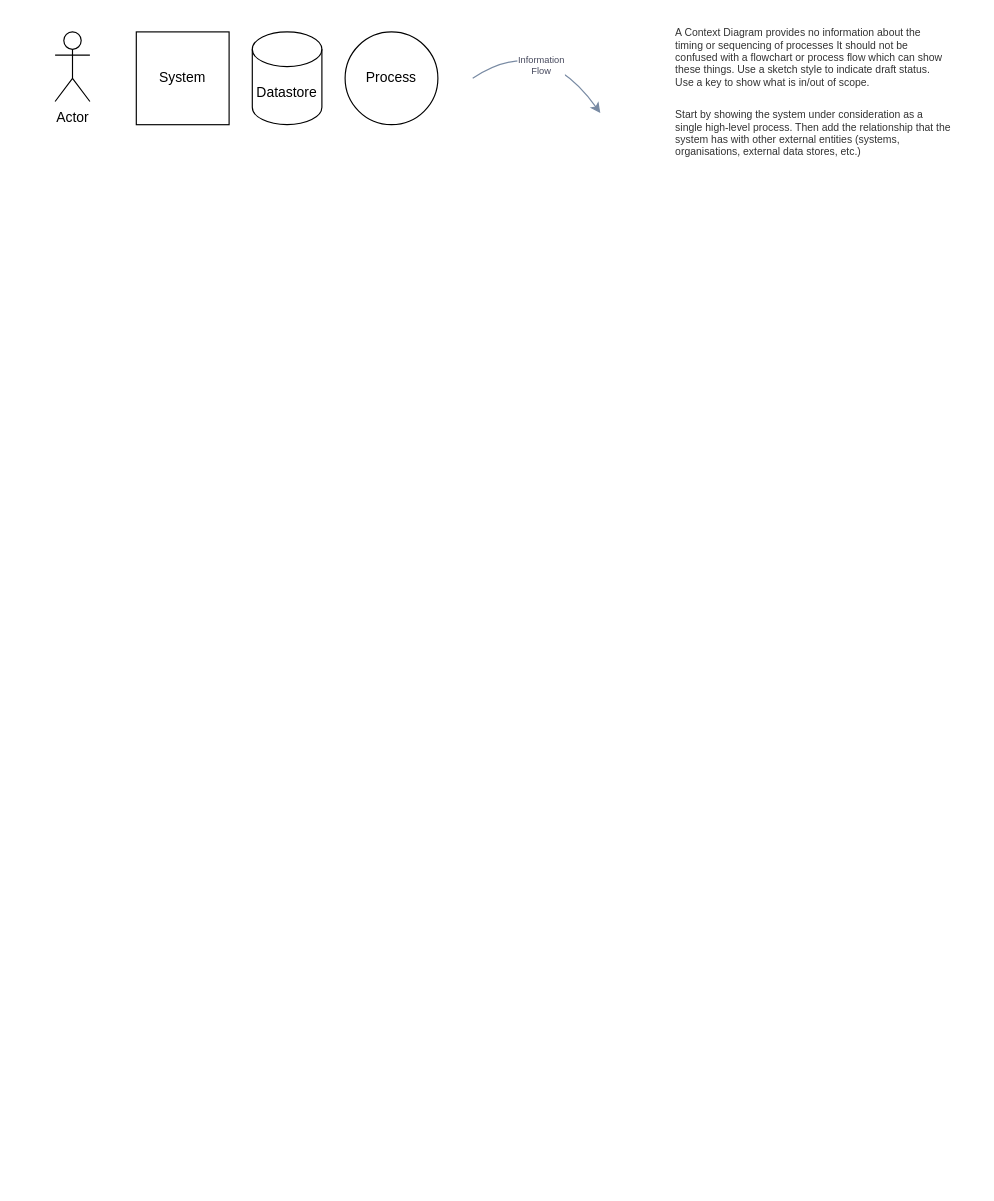
Before: page "Context Diagram" (1 of 2) of Sample Architecture Viewponts.drawio in martinlt/reference, a draw.io diagram. Source tidied: cells renumbered, new cells numbered last; positions are measured from the earlier drawing's top-left corner, leaving out a move shared by most shapes. Both pictures are drawn from the tidied source at 116%, with x=0, y=0 at pixel (55, 31).
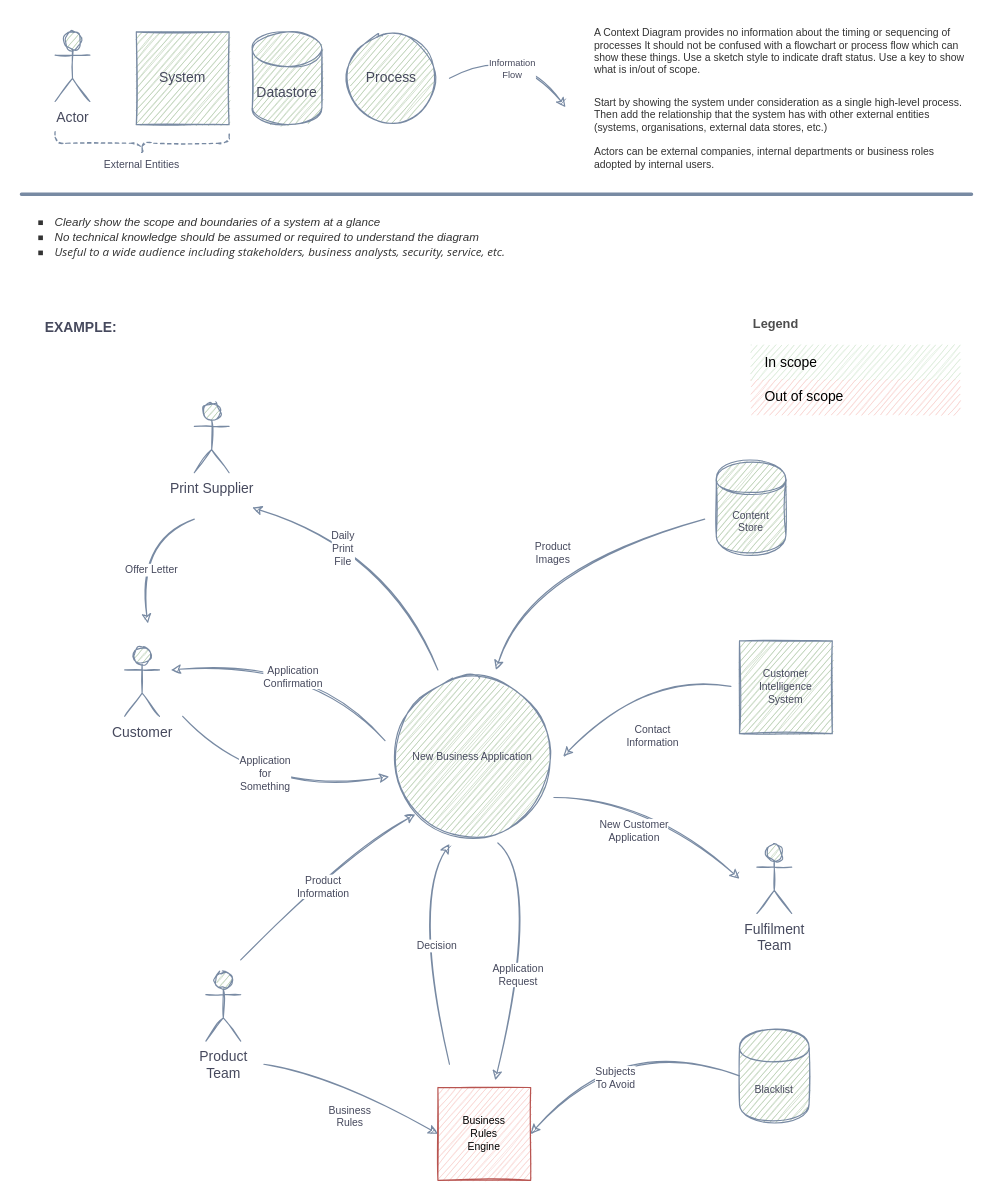
The same diagram, later.

The edit, as a diff of the source:
```diff
@@
-    <mxCell id="2" value="Actor" style="shape=umlActor;verticalLabelPosition=bottom;verticalAlign=top;html=1;rounded=0;" parent="1" vertex="1">
+    <mxCell id="2" value="Actor" style="shape=umlActor;verticalLabelPosition=bottom;verticalAlign=top;html=1;rounded=0;sketch=1;fillColor=#B2C9AB;strokeColor=#788AA3;fontColor=#46495D;" parent="1" vertex="1">
       <mxGeometry width="30" height="60" as="geometry" />
     </mxCell>
-    <mxCell id="3" value="System" style="whiteSpace=wrap;html=1;" parent="1" vertex="1">
+    <mxCell id="3" value="System" style="whiteSpace=wrap;html=1;sketch=1;fillColor=#B2C9AB;strokeColor=#788AA3;fontColor=#46495D;" parent="1" vertex="1">
       <mxGeometry x="70" width="80" height="80" as="geometry" />
     </mxCell>
-    <mxCell id="4" value="Datastore" style="shape=cylinder3;whiteSpace=wrap;html=1;boundedLbl=1;backgroundOutline=1;size=15;rounded=0;" parent="1" vertex="1">
+    <mxCell id="4" value="Datastore" style="shape=cylinder3;whiteSpace=wrap;html=1;boundedLbl=1;backgroundOutline=1;size=15;rounded=0;sketch=1;fillColor=#B2C9AB;strokeColor=#788AA3;fontColor=#46495D;" parent="1" vertex="1">
       <mxGeometry x="170" width="60" height="80" as="geometry" />
     </mxCell>
-    <mxCell id="5" value="Process" style="ellipse;whiteSpace=wrap;html=1;rounded=0;" parent="1" vertex="1">
+    <mxCell id="5" value="Process" style="ellipse;whiteSpace=wrap;html=1;rounded=0;sketch=1;fillColor=#B2C9AB;strokeColor=#788AA3;fontColor=#46495D;" parent="1" vertex="1">
       <mxGeometry x="250" width="80" height="80" as="geometry" />
     </mxCell>
-    <mxCell id="6" value="&lt;h1 style=&quot;font-size: 9px&quot;&gt;&lt;span style=&quot;background-color: rgb(255 , 255 , 255) ; color: rgb(51 , 51 , 51) ; font-family: &amp;#34;arial&amp;#34; ; font-weight: normal&quot;&gt;A Context Diagram provides no information about the timing or sequencing of processes It should not be confused with a flowchart or process flow which can show these things. Use a sketch style to indicate draft status. Use a key to show what is in/out of scope.&amp;nbsp;&lt;/span&gt;&lt;br&gt;&lt;/h1&gt;&lt;span style=&quot;color: rgb(51 , 51 , 51) ; font-family: &amp;#34;arial&amp;#34; ; font-size: 9px ; background-color: rgb(255 , 255 , 255)&quot;&gt;&lt;br&gt;Start by showing the system under consideration as a single high-level process. Then add the relationship that the system has with other external entities (systems, organisations, external data stores, etc.)&lt;/span&gt;" style="text;html=1;strokeColor=none;fillColor=none;spacing=5;spacingTop=-20;whiteSpace=wrap;overflow=hidden;rounded=0;fontColor=#46495D;fontSize=9;" parent="1" vertex="1">
-      <mxGeometry x="530" width="246" height="110" as="geometry" />
+    <mxCell id="6" value="&lt;h1 style=&quot;font-size: 9px&quot;&gt;&lt;span style=&quot;background-color: rgb(255 , 255 , 255) ; color: rgb(51 , 51 , 51) ; font-family: &amp;#34;arial&amp;#34; ; font-weight: normal&quot;&gt;A Context Diagram provides no information about the timing or sequencing of processes It should not be confused with a flowchart or process flow which can show these things. Use a sketch style to indicate draft status. Use a key to show what is in/out of scope.&amp;nbsp;&lt;/span&gt;&lt;br&gt;&lt;/h1&gt;&lt;span style=&quot;color: rgb(51 , 51 , 51) ; font-family: &amp;#34;arial&amp;#34; ; font-size: 9px ; background-color: rgb(255 , 255 , 255)&quot;&gt;&lt;br&gt;Start by showing the system under consideration as a single high-level process. Then add the relationship that the system has with other external entities (systems, organisations, external data stores, etc.)&lt;br&gt;&lt;br&gt;Actors can be external companies, internal departments or business roles adopted by internal users.&lt;br&gt;&lt;/span&gt;" style="text;html=1;strokeColor=none;fillColor=none;spacing=5;spacingTop=-20;whiteSpace=wrap;overflow=hidden;rounded=0;fontColor=#46495D;fontSize=9;sketch=1;" parent="1" vertex="1">
+      <mxGeometry x="460" width="330" height="120" as="geometry" />
     </mxCell>
-    <mxCell id="7" value="Information&lt;br&gt;Flow" style="curved=1;endArrow=classic;html=1;rounded=0;exitX=1;exitY=0.5;exitDx=0;exitDy=0;strokeColor=#788AA3;fontColor=#46495D;fontSize=8;" parent="1" edge="1">
+    <mxCell id="7" value="Information&lt;br&gt;Flow" style="curved=1;endArrow=classic;html=1;rounded=0;strokeColor=#788AA3;fontColor=#46495D;fontSize=8;sketch=1;" parent="1" edge="1">
       <mxGeometry x="0.22" y="-17" relative="1" as="geometry">
-        <mxPoint x="360" y="40" as="sourcePoint" />
-        <mxPoint x="470" y="70" as="targetPoint" />
+        <mxPoint x="340" y="40" as="sourcePoint" />
+        <mxPoint x="440" y="65" as="targetPoint" />
         <Array as="points">
-          <mxPoint x="420" />
+          <mxPoint x="400" y="10" />
         </Array>
         <mxPoint x="-1" as="offset" />
       </mxGeometry>
     </mxCell>
+    <mxCell id="8" style="endArrow=none;html=1;rounded=0;fontSize=9;strokeWidth=3;sketch=1;strokeColor=#788AA3;fontColor=#46495D;" parent="1" edge="1">
+      <mxGeometry relative="1" as="geometry">
+        <mxPoint x="-29" y="140" as="sourcePoint" />
+        <mxPoint x="790" y="140" as="targetPoint" />
+      </mxGeometry>
+    </mxCell>
+    <mxCell id="9" value="New Business Application" style="ellipse;whiteSpace=wrap;html=1;rounded=0;fontSize=9;sketch=1;fillColor=#B2C9AB;strokeColor=#788AA3;fontColor=#46495D;" parent="1" vertex="1">
+      <mxGeometry x="290" y="555" width="140" height="140" as="geometry" />
+    </mxCell>
+    <mxCell id="10" value="Print Supplier" style="shape=umlActor;verticalLabelPosition=bottom;verticalAlign=top;html=1;rounded=0;sketch=1;fillColor=#B2C9AB;strokeColor=#788AA3;fontColor=#46495D;" parent="1" vertex="1">
+      <mxGeometry x="120" y="320" width="30" height="60" as="geometry" />
+    </mxCell>
+    <mxCell id="11" value="Customer" style="shape=umlActor;verticalLabelPosition=bottom;verticalAlign=top;html=1;rounded=0;sketch=1;fillColor=#B2C9AB;strokeColor=#788AA3;fontColor=#46495D;" parent="1" vertex="1">
+      <mxGeometry x="60" y="530" width="30" height="60" as="geometry" />
+    </mxCell>
+    <mxCell id="12" value="Content&lt;br&gt;Store" style="shape=cylinder;whiteSpace=wrap;html=1;boundedLbl=1;backgroundOutline=1;rounded=0;fontSize=9;sketch=1;fillColor=#B2C9AB;strokeColor=#788AA3;fontColor=#46495D;" parent="1" vertex="1">
+      <mxGeometry x="570" y="370" width="60" height="80" as="geometry" />
+    </mxCell>
+    <mxCell id="13" value="Customer&lt;br&gt;Intelligence&lt;br&gt;System" style="whiteSpace=wrap;html=1;rounded=0;fontSize=9;sketch=1;fillColor=#B2C9AB;strokeColor=#788AA3;fontColor=#46495D;" parent="1" vertex="1">
+      <mxGeometry x="590" y="525" width="80" height="80" as="geometry" />
+    </mxCell>
+    <mxCell id="14" style="shape=curlyBracket;whiteSpace=wrap;html=1;rounded=1;fontSize=9;direction=north;dashed=1;sketch=1;fillColor=#B2C9AB;strokeColor=#788AA3;fontColor=#46495D;" parent="1" vertex="1">
+      <mxGeometry y="86" width="150" height="20" as="geometry" />
+    </mxCell>
+    <mxCell id="15" value="External Entities" style="text;html=1;strokeColor=none;fillColor=none;align=center;verticalAlign=middle;whiteSpace=wrap;rounded=0;fontSize=9;sketch=1;fontColor=#46495D;" parent="1" vertex="1">
+      <mxGeometry x="35" y="100" width="80" height="30" as="geometry" />
+    </mxCell>
+    <mxCell id="16" style="endArrow=classic;html=1;fontSize=9;strokeWidth=1;curved=1;sketch=1;strokeColor=#788AA3;fontColor=#46495D;" parent="1" edge="1">
+      <mxGeometry relative="1" as="geometry">
+        <mxPoint x="330" y="550" as="sourcePoint" />
+        <mxPoint x="170" y="410" as="targetPoint" />
+        <Array as="points">
+          <mxPoint x="290" y="450" />
+        </Array>
+      </mxGeometry>
+    </mxCell>
+    <mxCell id="17" value="Daily&lt;br&gt;Print&lt;br&gt;File" style="edgeLabel;html=1;align=center;verticalAlign=middle;fontSize=9;sketch=1;fontColor=#46495D;" parent="16" vertex="1">
+      <mxGeometry x="0.27" y="9" relative="1" as="geometry" />
+    </mxCell>
+    <mxCell id="18" style="endArrow=classic;html=1;fontSize=9;strokeWidth=1;curved=1;sketch=1;strokeColor=#788AA3;fontColor=#46495D;" parent="1" edge="1">
+      <mxGeometry relative="1" as="geometry">
+        <mxPoint x="120" y="420" as="sourcePoint" />
+        <mxPoint x="80" y="510" as="targetPoint" />
+        <Array as="points">
+          <mxPoint x="70" y="440" />
+        </Array>
+      </mxGeometry>
+    </mxCell>
+    <mxCell id="19" value="Offer Letter" style="edgeLabel;html=1;align=center;verticalAlign=middle;fontSize=9;sketch=1;fontColor=#46495D;" parent="18" vertex="1">
+      <mxGeometry x="0.27" y="9" relative="1" as="geometry" />
+    </mxCell>
+    <mxCell id="20" style="endArrow=classic;html=1;fontSize=9;strokeWidth=1;curved=1;entryX=-0.014;entryY=0.621;entryDx=0;entryDy=0;entryPerimeter=0;sketch=1;strokeColor=#788AA3;fontColor=#46495D;" parent="1" edge="1" target="9">
+      <mxGeometry relative="1" as="geometry">
+        <mxPoint x="110" y="590" as="sourcePoint" />
+        <Array as="points">
+          <mxPoint x="180" y="660" />
+        </Array>
+      </mxGeometry>
+    </mxCell>
+    <mxCell id="21" value="Application&lt;br&gt;for&lt;br&gt;Something" style="edgeLabel;html=1;align=center;verticalAlign=middle;fontSize=9;sketch=1;fontColor=#46495D;" parent="20" vertex="1">
+      <mxGeometry x="0.27" y="9" relative="1" as="geometry">
+        <mxPoint x="-31" y="-6" as="offset" />
+      </mxGeometry>
+    </mxCell>
+    <mxCell id="22" style="endArrow=classic;html=1;fontSize=9;strokeWidth=1;curved=1;sketch=1;strokeColor=#788AA3;fontColor=#46495D;" parent="1" edge="1">
+      <mxGeometry relative="1" as="geometry">
+        <mxPoint x="560" y="420" as="sourcePoint" />
+        <mxPoint x="380" y="550" as="targetPoint" />
+        <Array as="points">
+          <mxPoint x="410" y="460" />
+        </Array>
+      </mxGeometry>
+    </mxCell>
+    <mxCell id="23" value="Product&lt;br&gt;Images" style="edgeLabel;html=1;align=center;verticalAlign=middle;fontSize=9;sketch=1;fontColor=#46495D;" parent="22" vertex="1">
+      <mxGeometry x="0.27" y="9" relative="1" as="geometry">
+        <mxPoint x="11" y="-18" as="offset" />
+      </mxGeometry>
+    </mxCell>
+    <mxCell id="24" style="endArrow=classic;html=1;fontSize=9;strokeWidth=1;curved=1;exitX=-0.093;exitY=0.49;exitDx=0;exitDy=0;exitPerimeter=0;entryX=1.057;entryY=0.497;entryDx=0;entryDy=0;entryPerimeter=0;sketch=1;strokeColor=#788AA3;fontColor=#46495D;" parent="1" edge="1" source="13" target="9">
+      <mxGeometry relative="1" as="geometry">
+        <Array as="points">
+          <mxPoint x="510" y="550" />
+        </Array>
+      </mxGeometry>
+    </mxCell>
+    <mxCell id="25" value="Contact&lt;br&gt;Information" style="edgeLabel;html=1;align=center;verticalAlign=middle;fontSize=9;sketch=1;fontColor=#46495D;" parent="24" vertex="1">
+      <mxGeometry x="0.27" y="9" relative="1" as="geometry">
+        <mxPoint x="25" y="22" as="offset" />
+      </mxGeometry>
+    </mxCell>
+    <mxCell id="26" value="Business&lt;br&gt;Rules&lt;br&gt;Engine" style="whiteSpace=wrap;html=1;rounded=0;fontSize=9;sketch=1;fillColor=#f8cecc;strokeColor=#b85450;" parent="1" vertex="1">
+      <mxGeometry x="330" y="910" width="80" height="80" as="geometry" />
+    </mxCell>
+    <mxCell id="27" value="Product&lt;br&gt;Team" style="shape=umlActor;verticalLabelPosition=bottom;verticalAlign=top;html=1;rounded=0;sketch=1;fillColor=#B2C9AB;strokeColor=#788AA3;fontColor=#46495D;" parent="1" vertex="1">
+      <mxGeometry x="130" y="810" width="30" height="60" as="geometry" />
+    </mxCell>
+    <mxCell id="28" style="endArrow=classic;html=1;fontSize=9;strokeWidth=1;curved=1;entryX=0.618;entryY=-0.078;entryDx=0;entryDy=0;entryPerimeter=0;exitX=0.655;exitY=1.03;exitDx=0;exitDy=0;exitPerimeter=0;sketch=1;strokeColor=#788AA3;fontColor=#46495D;" parent="1" edge="1" source="9" target="26">
+      <mxGeometry relative="1" as="geometry">
+        <Array as="points">
+          <mxPoint x="420" y="730" />
+        </Array>
+      </mxGeometry>
+    </mxCell>
+    <mxCell id="29" value="Application&lt;br&gt;Request" style="edgeLabel;html=1;align=center;verticalAlign=middle;fontSize=9;sketch=1;fontColor=#46495D;" parent="28" vertex="1">
+      <mxGeometry x="0.27" y="9" relative="1" as="geometry">
+        <mxPoint x="-8" y="-13" as="offset" />
+      </mxGeometry>
+    </mxCell>
+    <mxCell id="30" style="endArrow=classic;html=1;fontSize=9;strokeWidth=1;curved=1;sketch=1;strokeColor=#788AA3;fontColor=#46495D;" parent="1" edge="1">
+      <mxGeometry relative="1" as="geometry">
+        <mxPoint x="340" y="890" as="sourcePoint" />
+        <mxPoint x="340" y="700" as="targetPoint" />
+        <Array as="points">
+          <mxPoint x="310" y="750" />
+        </Array>
+      </mxGeometry>
+    </mxCell>
+    <mxCell id="31" value="Decision" style="edgeLabel;html=1;align=center;verticalAlign=middle;fontSize=9;sketch=1;fontColor=#46495D;" parent="30" vertex="1">
+      <mxGeometry x="0.27" y="9" relative="1" as="geometry">
+        <mxPoint x="24" y="21" as="offset" />
+      </mxGeometry>
+    </mxCell>
+    <mxCell id="32" value="Blacklist" style="shape=cylinder;whiteSpace=wrap;html=1;boundedLbl=1;backgroundOutline=1;rounded=0;fontSize=9;sketch=1;fillColor=#B2C9AB;strokeColor=#788AA3;fontColor=#46495D;" parent="1" vertex="1">
+      <mxGeometry x="590" y="860" width="60" height="80" as="geometry" />
+    </mxCell>
+    <mxCell id="33" style="endArrow=classic;html=1;fontSize=9;strokeWidth=1;curved=1;entryX=0;entryY=0.5;entryDx=0;entryDy=0;sketch=1;strokeColor=#788AA3;fontColor=#46495D;" parent="1" edge="1" target="26">
+      <mxGeometry relative="1" as="geometry">
+        <mxPoint x="180" y="890" as="sourcePoint" />
+        <Array as="points">
+          <mxPoint x="240" y="900" />
+        </Array>
+      </mxGeometry>
+    </mxCell>
+    <mxCell id="34" value="Business&lt;br&gt;Rules" style="edgeLabel;html=1;align=center;verticalAlign=middle;fontSize=9;sketch=1;fontColor=#46495D;" parent="33" vertex="1">
+      <mxGeometry x="0.27" y="9" relative="1" as="geometry">
+        <mxPoint x="-29" y="21" as="offset" />
+      </mxGeometry>
+    </mxCell>
+    <mxCell id="35" style="endArrow=classic;html=1;fontSize=9;strokeWidth=1;curved=1;entryX=0;entryY=1;entryDx=0;entryDy=0;sketch=1;strokeColor=#788AA3;fontColor=#46495D;" parent="1" edge="1" target="9">
+      <mxGeometry relative="1" as="geometry">
+        <mxPoint x="160" y="800" as="sourcePoint" />
+        <Array as="points">
+          <mxPoint x="250" y="710" />
+        </Array>
+      </mxGeometry>
+    </mxCell>
+    <mxCell id="36" value="Product&lt;br&gt;Information" style="edgeLabel;html=1;align=center;verticalAlign=middle;fontSize=9;sketch=1;fontColor=#46495D;" parent="35" vertex="1">
+      <mxGeometry x="0.27" y="9" relative="1" as="geometry">
+        <mxPoint x="-12" y="31" as="offset" />
+      </mxGeometry>
+    </mxCell>
+    <mxCell id="37" style="endArrow=classic;html=1;fontSize=9;strokeWidth=1;curved=1;exitX=0;exitY=0.5;exitDx=0;exitDy=0;entryX=1;entryY=0.5;entryDx=0;entryDy=0;sketch=1;strokeColor=#788AA3;fontColor=#46495D;" parent="1" edge="1" source="32" target="26">
+      <mxGeometry relative="1" as="geometry">
+        <Array as="points">
+          <mxPoint x="490" y="860" />
+        </Array>
+      </mxGeometry>
+    </mxCell>
+    <mxCell id="38" value="Subjects&lt;br&gt;To Avoid" style="edgeLabel;html=1;align=center;verticalAlign=middle;fontSize=9;sketch=1;fontColor=#46495D;" parent="37" vertex="1">
+      <mxGeometry x="0.27" y="9" relative="1" as="geometry">
+        <mxPoint x="11" y="8" as="offset" />
+      </mxGeometry>
+    </mxCell>
+    <mxCell id="39" value="&lt;ul style=&quot;outline: none ; margin: 0px 0px 18px 18px ; padding: 0px ; border: 0px ; font-stretch: inherit ; font-size: 10px ; line-height: inherit ; font-family: &amp;#34;open sans&amp;#34; , sans-serif ; vertical-align: baseline ; list-style: outside square ; color: rgb(51 , 51 , 51) ; background-color: rgb(255 , 255 , 255)&quot;&gt;&lt;li style=&quot;outline: none ; margin: 0px ; padding: 0px ; border: 0px ; font-variant: inherit ; font-weight: inherit ; font-stretch: inherit ; font-size: 10px ; line-height: inherit ; font-family: inherit ; vertical-align: baseline&quot;&gt;&lt;span style=&quot;outline: none ; margin: 0px ; padding: 0px ; border: 0px ; font-variant: inherit ; font-weight: inherit ; font-stretch: inherit ; font-size: 10px ; line-height: inherit ; font-family: &amp;#34;arial&amp;#34; ; vertical-align: baseline&quot;&gt;Clearly show the scope and boundaries of a system at a glance&lt;/span&gt;&lt;/li&gt;&lt;li style=&quot;outline: none ; margin: 0px ; padding: 0px ; border: 0px ; font-variant: inherit ; font-weight: inherit ; font-stretch: inherit ; font-size: 10px ; line-height: inherit ; font-family: inherit ; vertical-align: baseline&quot;&gt;&lt;span style=&quot;outline: none ; margin: 0px ; padding: 0px ; border: 0px ; font-variant: inherit ; font-weight: inherit ; font-stretch: inherit ; font-size: 10px ; line-height: inherit ; font-family: &amp;#34;arial&amp;#34; ; vertical-align: baseline&quot;&gt;No technical knowledge should be assumed or required to understand the diagram&lt;/span&gt;&lt;/li&gt;&lt;li style=&quot;outline: none ; margin: 0px ; padding: 0px ; border: 0px ; font-variant: inherit ; font-weight: inherit ; font-stretch: inherit ; font-size: 10px ; line-height: inherit ; font-family: inherit ; vertical-align: baseline&quot;&gt;&lt;span style=&quot;font-family: inherit ; font-size: 10px ; font-weight: inherit&quot;&gt;Useful to a wide audience including stakeholders, business analysts, security, service, etc.&lt;/span&gt;&lt;br style=&quot;font-size: 10px&quot;&gt;&lt;/li&gt;&lt;/ul&gt;" style="text;html=1;strokeColor=none;fillColor=none;align=left;verticalAlign=middle;whiteSpace=wrap;rounded=0;dashed=1;fontSize=10;fontStyle=2;sketch=1;fontColor=#46495D;" parent="1" vertex="1">
+      <mxGeometry x="-20" y="150" width="450" height="70" as="geometry" />
+    </mxCell>
+    <mxCell id="40" value="EXAMPLE:" style="text;html=1;strokeColor=none;fillColor=none;align=center;verticalAlign=middle;whiteSpace=wrap;rounded=0;sketch=1;fontColor=#46495D;fontStyle=1;" parent="1" vertex="1">
+      <mxGeometry x="-15" y="240" width="75" height="30" as="geometry" />
+    </mxCell>
+    <mxCell id="41" value="Legend" style="align=left;fontSize=11;fontStyle=1;strokeColor=none;fillColor=none;fontColor=#4D4D4D;spacingTop=-8;rounded=0;sketch=1;" parent="1" vertex="1">
+      <mxGeometry x="600" y="240" width="180" height="30" as="geometry" />
+    </mxCell>
+    <mxCell id="42" style="shape=table;html=1;whiteSpace=wrap;startSize=0;childLayout=tableLayout;fillColor=none;align=left;spacingLeft=10;strokeColor=none;rounded=1;arcSize=11;fontColor=#FFFFFF;sketch=1;" parent="1" vertex="1">
+      <mxGeometry x="600" y="270" width="180" height="60" as="geometry" />
+    </mxCell>
+    <mxCell id="43" value="In scope" style="shape=partialRectangle;html=1;whiteSpace=wrap;fillColor=#d5e8d4;top=0;left=0;bottom=0;right=0;overflow=hidden;align=left;spacingLeft=10;strokeColor=#82b366;rounded=0;sketch=1;" parent="42" vertex="1">
+      <mxGeometry width="180" height="30" as="geometry" />
+    </mxCell>
+    <mxCell id="44" value="Out of scope" style="shape=partialRectangle;html=1;whiteSpace=wrap;fillColor=#f8cecc;top=0;left=0;bottom=0;right=0;overflow=hidden;align=left;spacingLeft=10;rounded=0;sketch=1;strokeColor=#b85450;strokeWidth=1;perimeterSpacing=0;" parent="42" vertex="1">
+      <mxGeometry y="30" width="180" height="30" as="geometry" />
+    </mxCell>
+    <mxCell id="45" style="endArrow=classic;html=1;fontSize=9;strokeWidth=1;curved=1;sketch=1;strokeColor=#788AA3;fontColor=#46495D;exitX=-0.04;exitY=0.4;exitDx=0;exitDy=0;exitPerimeter=0;" parent="1" edge="1" source="9">
+      <mxGeometry relative="1" as="geometry">
+        <mxPoint x="100" y="550" as="targetPoint" />
+        <Array as="points">
+          <mxPoint x="220" y="540" />
+        </Array>
+      </mxGeometry>
+    </mxCell>
+    <mxCell id="46" value="Application&lt;br&gt;Confirmation" style="edgeLabel;html=1;align=center;verticalAlign=middle;fontSize=9;sketch=1;fontColor=#46495D;" parent="45" vertex="1">
+      <mxGeometry x="0.27" y="9" relative="1" as="geometry">
+        <mxPoint x="25" y="3" as="offset" />
+      </mxGeometry>
+    </mxCell>
+    <mxCell id="47" value="Fulfilment&lt;br&gt;Team" style="shape=umlActor;verticalLabelPosition=bottom;verticalAlign=top;html=1;rounded=0;sketch=1;fillColor=#B2C9AB;strokeColor=#788AA3;fontColor=#46495D;" parent="1" vertex="1">
+      <mxGeometry x="605" y="700" width="30" height="60" as="geometry" />
+    </mxCell>
+    <mxCell id="48" style="endArrow=classic;html=1;fontSize=9;strokeWidth=1;curved=1;sketch=1;strokeColor=#788AA3;fontColor=#46495D;" parent="1" edge="1">
+      <mxGeometry relative="1" as="geometry">
+        <mxPoint x="430" y="660" as="sourcePoint" />
+        <mxPoint x="590" y="730" as="targetPoint" />
+        <Array as="points">
+          <mxPoint x="510" y="660" />
+        </Array>
+      </mxGeometry>
+    </mxCell>
+    <mxCell id="49" value="New Customer&lt;br&gt;Application" style="edgeLabel;html=1;align=center;verticalAlign=middle;fontSize=9;sketch=1;fontColor=#46495D;" parent="48" vertex="1">
+      <mxGeometry x="0.27" y="9" relative="1" as="geometry">
+        <mxPoint x="-46" y="10" as="offset" />
+      </mxGeometry>
+    </mxCell>
```
